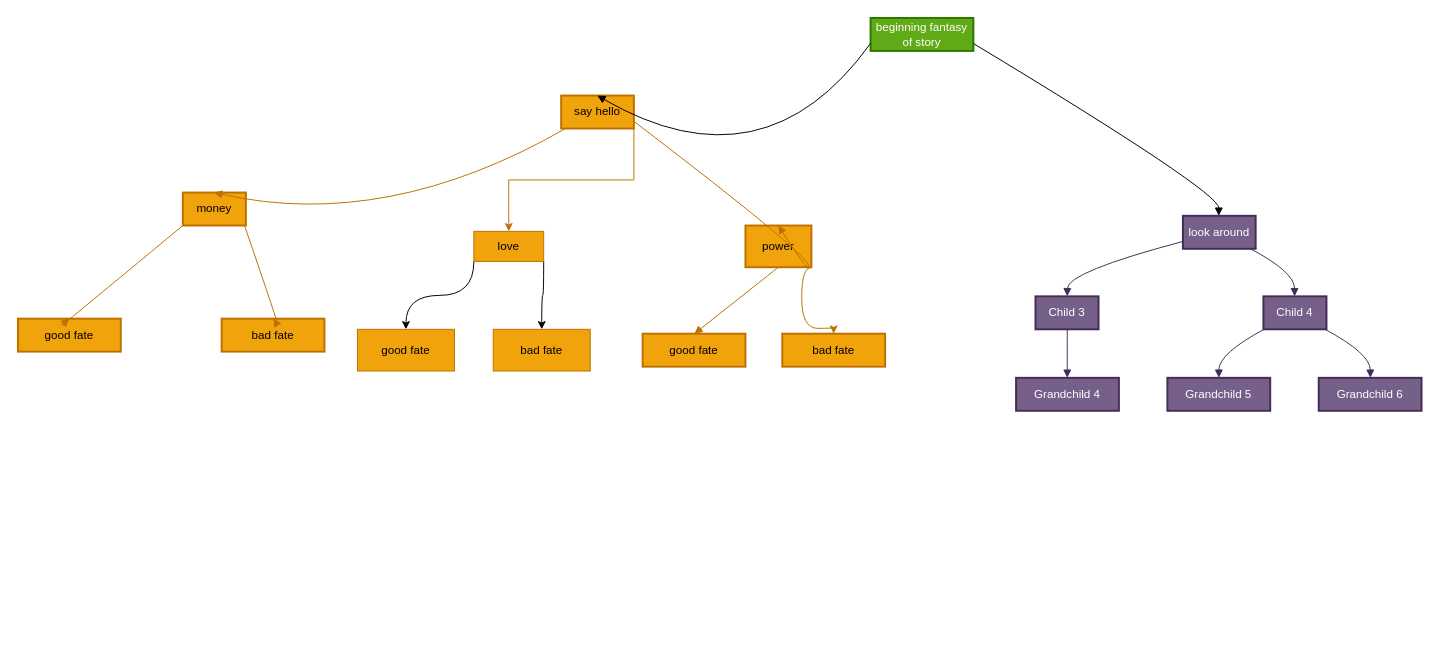
The draw.io diagram loosing_your_mind.drawio in MayaInspo/Python-Projects-, before the edit. Source tidied: cells renumbered, new cells numbered last; positions are measured from the earlier drawing's top-left corner, leaving out a move shared by most shapes. Both pictures are drawn from the tidied source at 97%, with x=0, y=0 at pixel (17, 17).
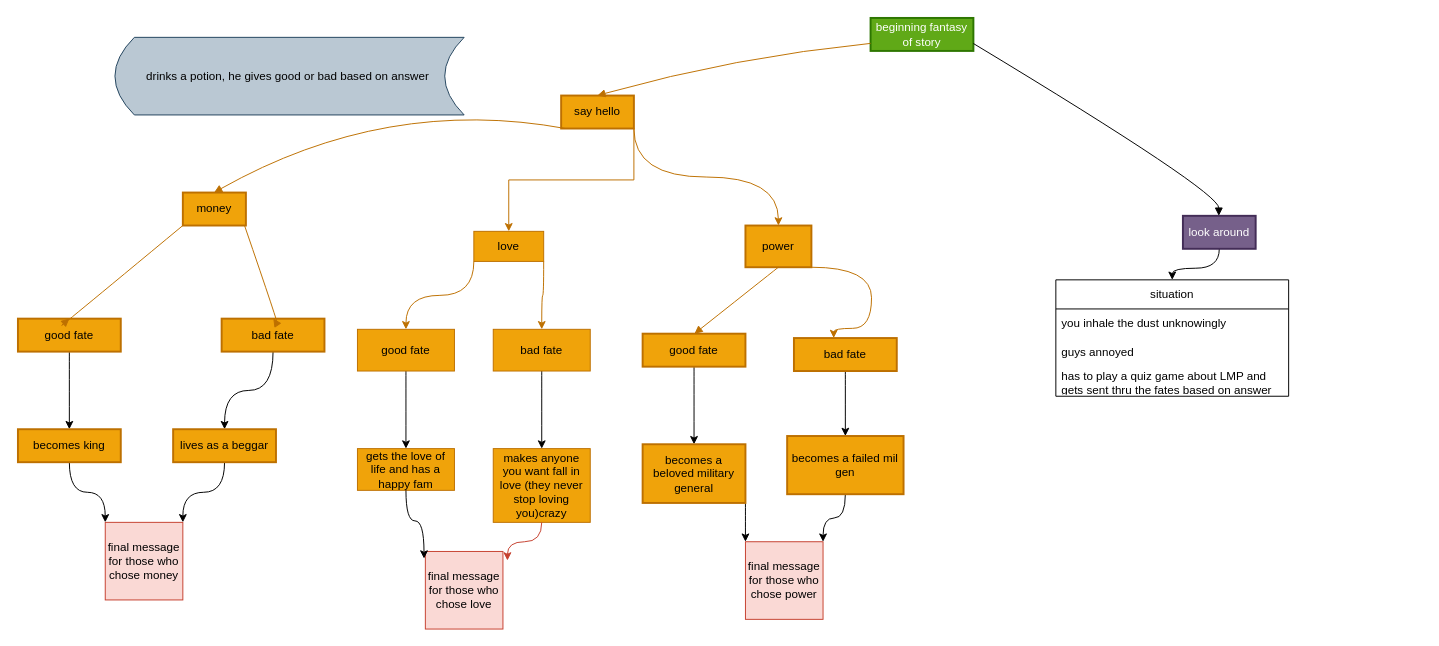
The same diagram, later.

Unchanged cells that the change refers to:
```xml
<mxCell id="2" value="beginning fantasy of story" style="whiteSpace=wrap;strokeWidth=2;fillColor=#60a917;fontColor=#ffffff;strokeColor=#2D7600;" parent="1" vertex="1">
  <mxGeometry x="879" width="106" height="34" as="geometry" />
</mxCell>
<mxCell id="3" value="say hello" style="whiteSpace=wrap;strokeWidth=2;labelBackgroundColor=none;fillColor=#f0a30a;strokeColor=#BD7000;fontColor=#000000;" parent="1" vertex="1">
  <mxGeometry x="560" y="80" width="75" height="34" as="geometry" />
</mxCell>
<mxCell id="4" value="look around" style="whiteSpace=wrap;strokeWidth=2;fillColor=#76608a;fontColor=#ffffff;strokeColor=#432D57;" parent="1" vertex="1">
  <mxGeometry x="1201" y="204" width="75" height="34" as="geometry" />
</mxCell>
<mxCell id="5" value="money" style="whiteSpace=wrap;strokeWidth=2;fillColor=#f0a30a;strokeColor=#BD7000;fontColor=#000000;" parent="1" vertex="1">
  <mxGeometry x="170" y="180" width="65" height="34" as="geometry" />
</mxCell>
<mxCell id="7" value="power" style="whiteSpace=wrap;strokeWidth=2;fillColor=#f0a30a;strokeColor=#BD7000;fontColor=#000000;" parent="1" vertex="1">
  <mxGeometry x="750" y="214" width="68" height="43" as="geometry" />
</mxCell>
<mxCell id="10" value="good fate" style="whiteSpace=wrap;strokeWidth=2;fillColor=#f0a30a;strokeColor=#BD7000;fontColor=#000000;" parent="1" vertex="1">
  <mxGeometry y="310" width="106" height="34" as="geometry" />
</mxCell>
<mxCell id="11" value="bad fate" style="whiteSpace=wrap;strokeWidth=2;fillColor=#f0a30a;strokeColor=#BD7000;fontColor=#000000;" parent="1" vertex="1">
  <mxGeometry x="210" y="310" width="106" height="34" as="geometry" />
</mxCell>
<mxCell id="12" value="good fate" style="whiteSpace=wrap;strokeWidth=2;fillColor=#f0a30a;strokeColor=#BD7000;fontColor=#000000;" parent="1" vertex="1">
  <mxGeometry x="644" y="325.5" width="106" height="34" as="geometry" />
</mxCell>
<mxCell id="31" value="love" style="rounded=0;whiteSpace=wrap;html=1;fillColor=#f0a30a;strokeColor=#BD7000;fontColor=#000000;" parent="1" vertex="1">
  <mxGeometry x="470" y="220" width="72" height="31" as="geometry" />
</mxCell>
<mxCell id="33" value="good fate" style="rounded=0;whiteSpace=wrap;html=1;fillColor=#f0a30a;fontColor=#000000;strokeColor=#BD7000;" parent="1" vertex="1">
  <mxGeometry x="350" y="321" width="100" height="43" as="geometry" />
</mxCell>
<mxCell id="34" value="bad fate" style="rounded=0;whiteSpace=wrap;html=1;fillColor=#f0a30a;fontColor=#000000;strokeColor=#BD7000;" parent="1" vertex="1">
  <mxGeometry x="490" y="321" width="100" height="43" as="geometry" />
</mxCell>
```

What changed in the source:
```diff
@@
+    <mxCell id="19" style="edgeStyle=orthogonalEdgeStyle;curved=1;rounded=0;jettySize=auto;html=1;exitX=1;exitY=1;exitDx=0;exitDy=0;fillColor=#f0a30a;strokeColor=#BD7000;" parent="1" edge="1" source="3" target="7">
+      <mxGeometry relative="1" as="geometry" />
+    </mxCell>
@@
+    <mxCell id="35" style="edgeStyle=orthogonalEdgeStyle;curved=1;rounded=0;jettySize=auto;html=1;exitX=0.5;exitY=1;exitDx=0;exitDy=0;entryX=0.5;entryY=0;entryDx=0;entryDy=0;" parent="1" edge="1" source="4" target="58">
+      <mxGeometry relative="1" as="geometry" />
+    </mxCell>
@@
     <mxCell id="6" style="edgeStyle=orthogonalEdgeStyle;curved=1;rounded=0;jettySize=auto;html=1;exitX=1;exitY=1;exitDx=0;exitDy=0;fillColor=#f0a30a;strokeColor=#BD7000;" parent="1" edge="1" source="7" target="32">
       <mxGeometry relative="1" as="geometry">
         <Array as="points">
-          <mxPoint x="808" y="320" />
+          <mxPoint x="880" y="257" />
+          <mxPoint x="880" y="320" />
           <mxPoint x="841" y="320" />
         </Array>
       </mxGeometry>
     </mxCell>
@@
-    <mxCell id="8" value="Child 3" style="whiteSpace=wrap;strokeWidth=2;fillColor=#76608a;fontColor=#ffffff;strokeColor=#432D57;" parent="1" vertex="1">
-      <mxGeometry x="1049" y="287" width="65" height="34" as="geometry" />
-    </mxCell>
-    <mxCell id="9" value="Child 4" style="whiteSpace=wrap;strokeWidth=2;fillColor=#76608a;fontColor=#ffffff;strokeColor=#432D57;" parent="1" vertex="1">
-      <mxGeometry x="1284" y="287" width="65" height="34" as="geometry" />
-    </mxCell>
+    <mxCell id="36" style="edgeStyle=orthogonalEdgeStyle;curved=1;rounded=0;jettySize=auto;html=1;" parent="1" edge="1" source="10" target="43">
+      <mxGeometry relative="1" as="geometry" />
+    </mxCell>
@@
+    <mxCell id="37" style="edgeStyle=orthogonalEdgeStyle;curved=1;rounded=0;jettySize=auto;html=1;" parent="1" edge="1" source="11" target="45">
+      <mxGeometry relative="1" as="geometry" />
+    </mxCell>
@@
+    <mxCell id="38" style="edgeStyle=orthogonalEdgeStyle;curved=1;rounded=0;jettySize=auto;html=1;" parent="1" edge="1" source="12" target="49">
+      <mxGeometry relative="1" as="geometry" />
+    </mxCell>
@@
-    <mxCell id="13" value="Grandchild 4" style="whiteSpace=wrap;strokeWidth=2;fillColor=#76608a;fontColor=#ffffff;strokeColor=#432D57;" parent="1" vertex="1">
-      <mxGeometry x="1029" y="371" width="106" height="34" as="geometry" />
-    </mxCell>
-    <mxCell id="14" value="Grandchild 5" style="whiteSpace=wrap;strokeWidth=2;fillColor=#76608a;fontColor=#ffffff;strokeColor=#432D57;" parent="1" vertex="1">
-      <mxGeometry x="1185" y="371" width="106" height="34" as="geometry" />
-    </mxCell>
-    <mxCell id="15" value="Grandchild 6" style="whiteSpace=wrap;strokeWidth=2;fillColor=#76608a;fontColor=#ffffff;strokeColor=#432D57;" parent="1" vertex="1">
-      <mxGeometry x="1341" y="371" width="106" height="34" as="geometry" />
-    </mxCell>
-    <mxCell id="16" style="curved=1;startArrow=none;endArrow=block;exitX=-0.0020881868758291567;exitY=0.7727120336641266;entryX=0.49687505086263023;entryY=-0.00980388416963465;" parent="1" edge="1" source="2" target="3">
+    <mxCell id="16" style="curved=1;startArrow=none;endArrow=block;exitX=-0.0020881868758291567;exitY=0.7727120336641266;entryX=0.49687505086263023;entryY=-0.00980388416963465;fillColor=#f0a30a;strokeColor=#BD7000;" parent="1" edge="1" source="2" target="3">
       <mxGeometry relative="1" as="geometry">
         <Array as="points">
-          <mxPoint x="769" y="179" />
+          <mxPoint x="740" y="40" />
         </Array>
       </mxGeometry>
     </mxCell>
@@
     <mxCell id="18" style="curved=1;startArrow=none;endArrow=block;exitX=0.07791393453966142;exitY=0.9803922316607308;entryX=0.49503209040715146;entryY=0.009803996366613051;fillColor=#f0a30a;strokeColor=#BD7000;" parent="1" edge="1" source="3" target="5">
       <mxGeometry relative="1" as="geometry">
         <Array as="points">
-          <mxPoint x="380" y="220" />
+          <mxPoint x="380" y="80" />
         </Array>
       </mxGeometry>
     </mxCell>
-    <mxCell id="19" style="curved=1;startArrow=none;endArrow=block;exitX=0.9956944783528646;exitY=0.7800286015705855;entryX=0.49911868755634015;entryY=0.009803996366613051;fillColor=#f0a30a;strokeColor=#BD7000;" parent="1" edge="1" source="3" target="7">
-      <mxGeometry relative="1" as="geometry">
-        <Array as="points">
-          <mxPoint x="810" y="240" />
-          <mxPoint x="820" y="270" />
-        </Array>
-      </mxGeometry>
-    </mxCell>
-    <mxCell id="20" style="curved=1;startArrow=none;endArrow=block;exitX=-0.005485992431640625;exitY=0.7799008814607852;entryX=0.5039263798640324;entryY=0.009803996366613051;fillColor=#76608a;strokeColor=#432D57;" parent="1" edge="1" source="4" target="8">
-      <mxGeometry relative="1" as="geometry">
-        <Array as="points">
-          <mxPoint x="1082" y="262" />
-        </Array>
-      </mxGeometry>
-    </mxCell>
-    <mxCell id="21" style="curved=1;startArrow=none;endArrow=block;exitX=0.9126578137131901;exitY=0.9803922316607308;entryX=0.49471165583683896;entryY=0.009803996366613051;fillColor=#76608a;strokeColor=#432D57;" parent="1" edge="1" source="4" target="9">
-      <mxGeometry relative="1" as="geometry">
-        <Array as="points">
-          <mxPoint x="1316" y="262" />
-        </Array>
-      </mxGeometry>
-    </mxCell>
@@
-    <mxCell id="25" style="curved=1;startArrow=none;endArrow=block;exitX=0.5039263798640324;exitY=1.0000001121969784;entryX=0.4976907046336048;entryY=1.1219697840073529e-7;fillColor=#76608a;strokeColor=#432D57;" parent="1" edge="1" source="8" target="13">
-      <mxGeometry relative="1" as="geometry" />
-    </mxCell>
-    <mxCell id="26" style="curved=1;startArrow=none;endArrow=block;exitX=0.011294983156489462;exitY=1.0000001121969784;entryX=0.5006388178411519;entryY=1.1219697840073529e-7;fillColor=#76608a;strokeColor=#432D57;" parent="1" edge="1" source="9" target="14">
-      <mxGeometry relative="1" as="geometry">
-        <Array as="points">
-          <mxPoint x="1238" y="346" />
-        </Array>
-      </mxGeometry>
-    </mxCell>
-    <mxCell id="27" style="curved=1;startArrow=none;endArrow=block;exitX=0.9781283285171885;exitY=1.0000001121969784;entryX=0.5023094393172354;entryY=1.1219697840073529e-7;fillColor=#76608a;strokeColor=#432D57;" parent="1" edge="1" source="9" target="15">
-      <mxGeometry relative="1" as="geometry">
-        <Array as="points">
-          <mxPoint x="1394" y="346" />
-        </Array>
-      </mxGeometry>
-    </mxCell>
@@
-    <mxCell id="29" style="edgeStyle=orthogonalEdgeStyle;curved=1;rounded=0;jettySize=auto;html=1;exitX=0;exitY=1;exitDx=0;exitDy=0;" parent="1" edge="1" source="31" target="33">
+    <mxCell id="29" style="edgeStyle=orthogonalEdgeStyle;curved=1;rounded=0;jettySize=auto;html=1;exitX=0;exitY=1;exitDx=0;exitDy=0;fillColor=#f0a30a;strokeColor=#BD7000;" parent="1" edge="1" source="31" target="33">
       <mxGeometry relative="1" as="geometry" />
     </mxCell>
-    <mxCell id="30" style="edgeStyle=orthogonalEdgeStyle;curved=1;rounded=0;jettySize=auto;html=1;exitX=1;exitY=1;exitDx=0;exitDy=0;" parent="1" edge="1" source="31" target="34">
+    <mxCell id="30" style="edgeStyle=orthogonalEdgeStyle;curved=1;rounded=0;jettySize=auto;html=1;exitX=1;exitY=1;exitDx=0;exitDy=0;fillColor=#f0a30a;strokeColor=#BD7000;" parent="1" edge="1" source="31" target="34">
       <mxGeometry relative="1" as="geometry" />
     </mxCell>
@@
+    <mxCell id="39" style="edgeStyle=orthogonalEdgeStyle;curved=1;rounded=0;jettySize=auto;html=1;" parent="1" edge="1" source="32" target="51">
+      <mxGeometry relative="1" as="geometry" />
+    </mxCell>
     <mxCell id="32" value="bad fate" style="whiteSpace=wrap;strokeWidth=2;fillColor=#f0a30a;strokeColor=#BD7000;fontColor=#000000;" parent="1" vertex="1">
-      <mxGeometry x="788" y="325.5" width="106" height="34" as="geometry" />
+      <mxGeometry x="800" y="330" width="106" height="34" as="geometry" />
     </mxCell>
+    <mxCell id="40" style="edgeStyle=orthogonalEdgeStyle;curved=1;rounded=0;jettySize=auto;html=1;" parent="1" edge="1" source="33" target="46">
+      <mxGeometry relative="1" as="geometry" />
+    </mxCell>
@@
+    <mxCell id="41" style="edgeStyle=orthogonalEdgeStyle;curved=1;rounded=0;jettySize=auto;html=1;" parent="1" edge="1" source="34" target="47">
+      <mxGeometry relative="1" as="geometry" />
+    </mxCell>
@@
+    <mxCell id="42" style="edgeStyle=orthogonalEdgeStyle;curved=1;rounded=0;jettySize=auto;html=1;exitX=0.5;exitY=1;exitDx=0;exitDy=0;entryX=0;entryY=0;entryDx=0;entryDy=0;" parent="1" edge="1" source="43" target="53">
+      <mxGeometry relative="1" as="geometry" />
+    </mxCell>
+    <mxCell id="43" value="becomes king" style="whiteSpace=wrap;strokeWidth=2;fillColor=#f0a30a;strokeColor=#BD7000;fontColor=#000000;" parent="1" vertex="1">
+      <mxGeometry y="424" width="106" height="34" as="geometry" />
+    </mxCell>
+    <mxCell id="44" style="edgeStyle=orthogonalEdgeStyle;curved=1;rounded=0;jettySize=auto;html=1;exitX=0.5;exitY=1;exitDx=0;exitDy=0;entryX=1;entryY=0;entryDx=0;entryDy=0;" parent="1" edge="1" source="45" target="53">
+      <mxGeometry relative="1" as="geometry" />
+    </mxCell>
+    <mxCell id="45" value="lives as a beggar" style="whiteSpace=wrap;strokeWidth=2;fillColor=#f0a30a;strokeColor=#BD7000;fontColor=#000000;" parent="1" vertex="1">
+      <mxGeometry x="160" y="424" width="106" height="34" as="geometry" />
+    </mxCell>
+    <mxCell id="46" value="gets the love of life and has a happy fam" style="rounded=0;whiteSpace=wrap;html=1;fillColor=#f0a30a;fontColor=#000000;strokeColor=#BD7000;" parent="1" vertex="1">
+      <mxGeometry x="350" y="444" width="100" height="43" as="geometry" />
+    </mxCell>
+    <mxCell id="47" value="makes anyone you want fall in love (they never stop loving you)crazy" style="rounded=0;whiteSpace=wrap;html=1;fillColor=#f0a30a;fontColor=#000000;strokeColor=#BD7000;" parent="1" vertex="1">
+      <mxGeometry x="490" y="444" width="100" height="76" as="geometry" />
+    </mxCell>
+    <mxCell id="48" style="edgeStyle=orthogonalEdgeStyle;curved=1;rounded=0;jettySize=auto;html=1;exitX=1;exitY=1;exitDx=0;exitDy=0;entryX=0;entryY=0;entryDx=0;entryDy=0;" parent="1" edge="1" source="49" target="57">
+      <mxGeometry relative="1" as="geometry" />
+    </mxCell>
+    <mxCell id="49" value="becomes a beloved military general" style="whiteSpace=wrap;strokeWidth=2;fillColor=#f0a30a;strokeColor=#BD7000;fontColor=#000000;" parent="1" vertex="1">
+      <mxGeometry x="644" y="439.5" width="106" height="60.5" as="geometry" />
+    </mxCell>
+    <mxCell id="50" style="edgeStyle=orthogonalEdgeStyle;curved=1;rounded=0;jettySize=auto;html=1;exitX=0.5;exitY=1;exitDx=0;exitDy=0;entryX=1;entryY=0;entryDx=0;entryDy=0;" parent="1" edge="1" source="51" target="57">
+      <mxGeometry relative="1" as="geometry" />
+    </mxCell>
+    <mxCell id="51" value="becomes a failed mil gen" style="rounded=1;whiteSpace=wrap;html=1;fillColor=#f0a30a;strokeColor=#BD7000;fontColor=#000000;strokeWidth=2;arcSize=0;" parent="1" vertex="1">
+      <mxGeometry x="793" y="431" width="120" height="60" as="geometry" />
+    </mxCell>
+    <mxCell id="52" value="drinks a potion, he gives good or bad based on answer&amp;nbsp;" style="shape=dataStorage;whiteSpace=wrap;html=1;fixedSize=1;fillColor=#bac8d3;strokeColor=#23445d;" parent="1" vertex="1">
+      <mxGeometry x="100" y="20" width="360" height="80" as="geometry" />
+    </mxCell>
+    <mxCell id="53" value="final message for those who chose money" style="whiteSpace=wrap;html=1;fillColor=#fad9d5;strokeColor=#c6402f;" parent="1" vertex="1">
+      <mxGeometry x="90" y="520" width="80" height="80" as="geometry" />
+    </mxCell>
+    <mxCell id="54" value="final message for those who chose love" style="whiteSpace=wrap;html=1;fillColor=#fad9d5;strokeColor=#c6402f;" parent="1" vertex="1">
+      <mxGeometry x="420" y="550" width="80" height="80" as="geometry" />
+    </mxCell>
+    <mxCell id="55" style="edgeStyle=orthogonalEdgeStyle;curved=1;rounded=0;jettySize=auto;html=1;exitX=0.5;exitY=1;exitDx=0;exitDy=0;entryX=-0.017;entryY=0.092;entryDx=0;entryDy=0;entryPerimeter=0;" parent="1" edge="1" source="46" target="54">
+      <mxGeometry relative="1" as="geometry" />
+    </mxCell>
+    <mxCell id="56" style="edgeStyle=orthogonalEdgeStyle;curved=1;rounded=0;jettySize=auto;html=1;exitX=0.5;exitY=1;exitDx=0;exitDy=0;entryX=1.058;entryY=0.117;entryDx=0;entryDy=0;entryPerimeter=0;fillColor=#fad9d5;strokeColor=#c6402f;" parent="1" edge="1" source="47" target="54">
+      <mxGeometry relative="1" as="geometry" />
+    </mxCell>
+    <mxCell id="57" value="final message for those who chose power" style="whiteSpace=wrap;html=1;fillColor=#fad9d5;strokeColor=#c6402f;" parent="1" vertex="1">
+      <mxGeometry x="750" y="540" width="80" height="80" as="geometry" />
+    </mxCell>
+    <mxCell id="58" value="situation" style="swimlane;fontStyle=0;horizontal=1;startSize=30;whiteSpace=wrap;html=1;" parent="1" vertex="1">
+      <mxGeometry x="1070" y="270" width="240" height="120" as="geometry" />
+    </mxCell>
+    <mxCell id="59" value="you inhale the dust unknowingly" style="text;strokeColor=none;fillColor=none;align=left;verticalAlign=middle;spacingLeft=4;spacingRight=4;overflow=hidden;whiteSpace=wrap;html=1;" parent="58" vertex="1">
+      <mxGeometry y="30" width="240" height="30" as="geometry" />
+    </mxCell>
+    <mxCell id="60" value="guys annoyed" style="text;strokeColor=none;fillColor=none;align=left;verticalAlign=middle;spacingLeft=4;spacingRight=4;overflow=hidden;whiteSpace=wrap;html=1;" parent="58" vertex="1">
+      <mxGeometry y="60" width="240" height="30" as="geometry" />
+    </mxCell>
+    <mxCell id="61" value="has to play a quiz game about LMP and gets sent thru the fates based on answer" style="text;strokeColor=none;fillColor=none;align=left;verticalAlign=middle;spacingLeft=4;spacingRight=4;overflow=hidden;whiteSpace=wrap;html=1;" parent="58" vertex="1">
+      <mxGeometry y="90" width="240" height="30" as="geometry" />
+    </mxCell>
```
